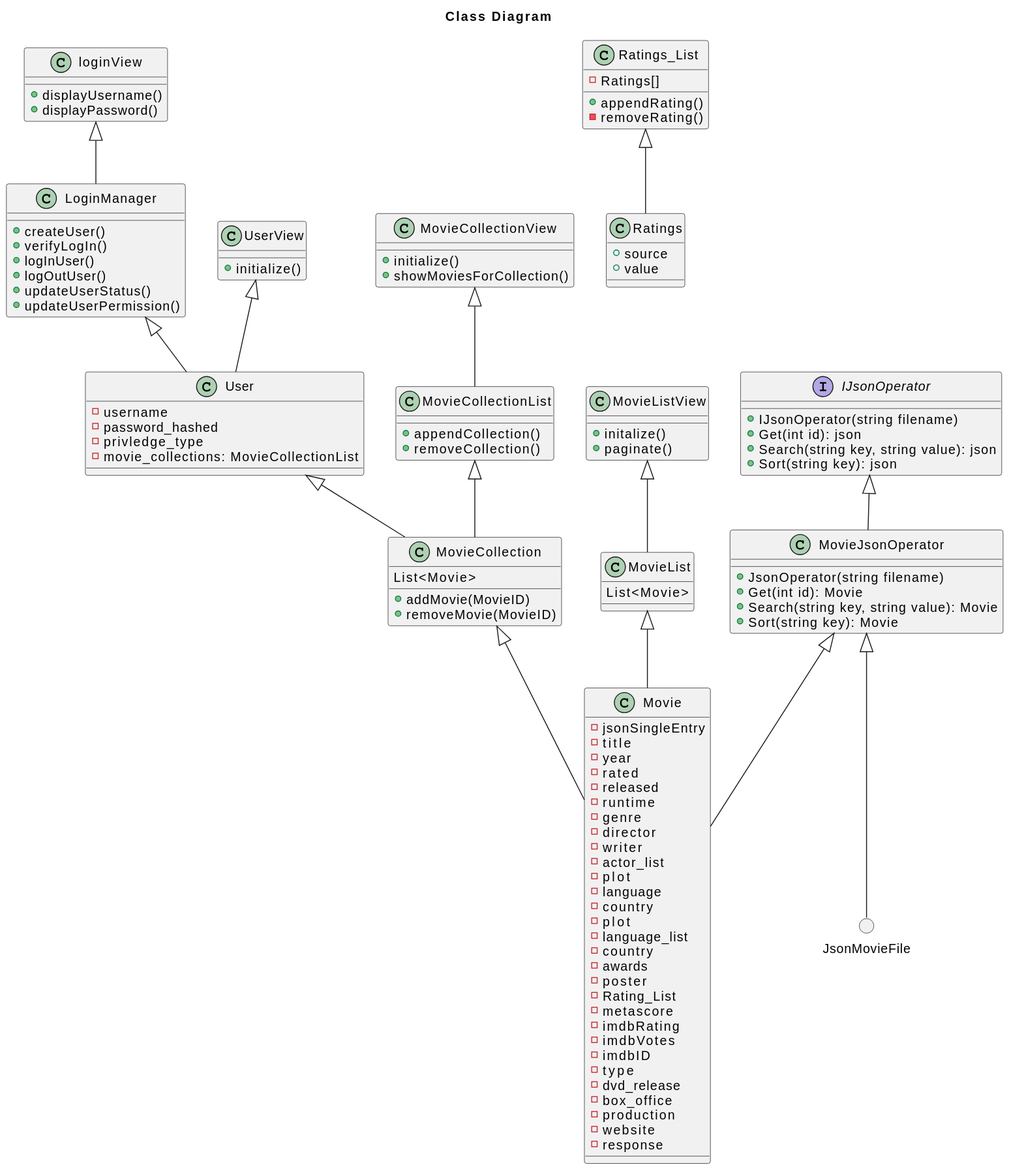
robotcorner/CS-321-JavaTeamProjectTeam10 keeps this PlantUML diagram as docs/uml-class-diagram.svg. Above is the earlier version.
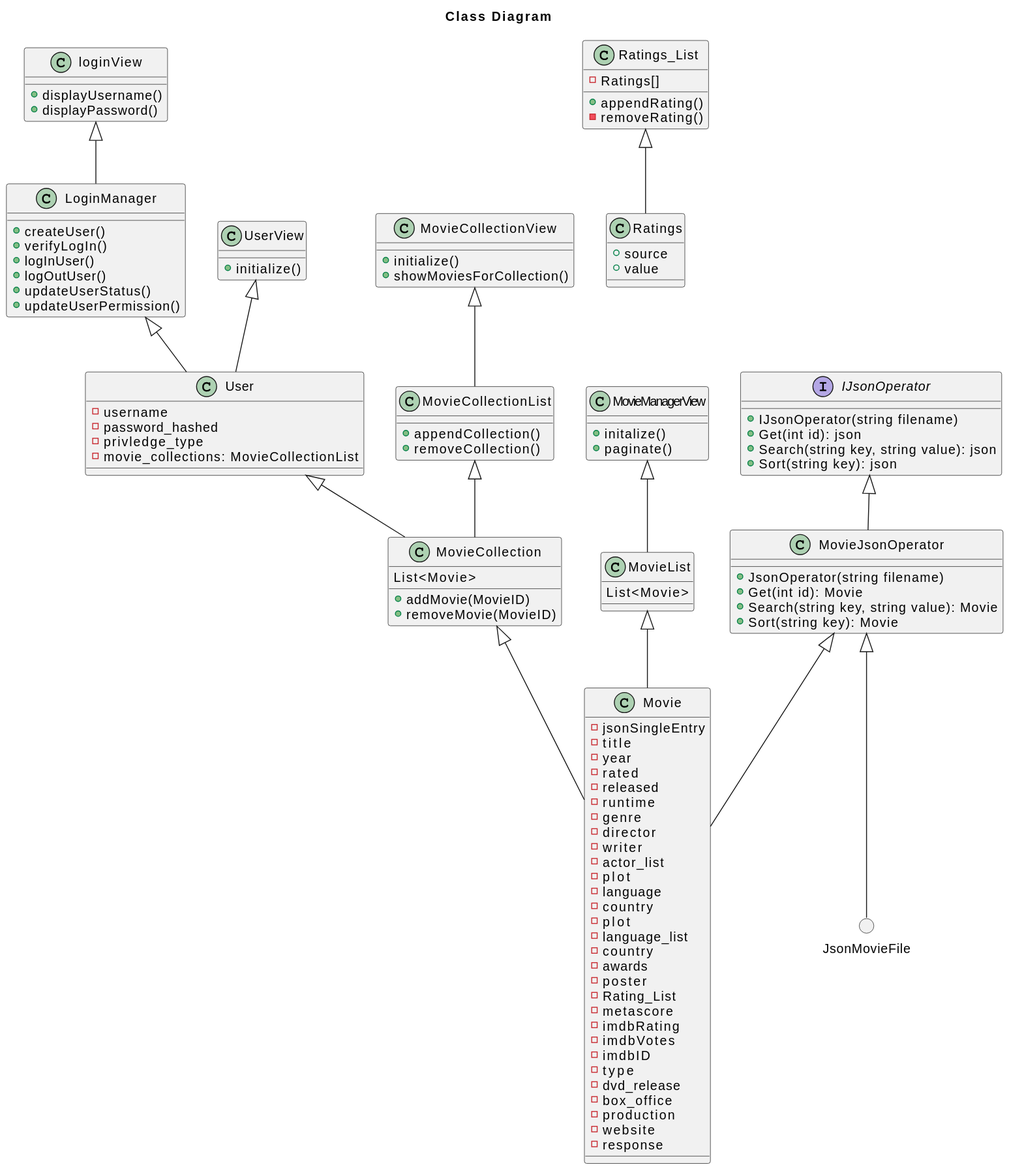
Later version of the same file.

Commit message:
Renamed MovieListView to MovieManagerView

What changed in the source:
```diff
@@ -105,12 +105,12 @@
   List<Movie>
 }
 
-class MovieListView {
+class MovieManagerView {
   +initalize()
   +paginate()
 }
 
-MovieListView <|-- MovieList
+MovieManagerView <|-- MovieList
 MovieList <|-- Movie
 User <|-- MovieCollection
 MovieCollectionView <|-- MovieCollectionList
```
